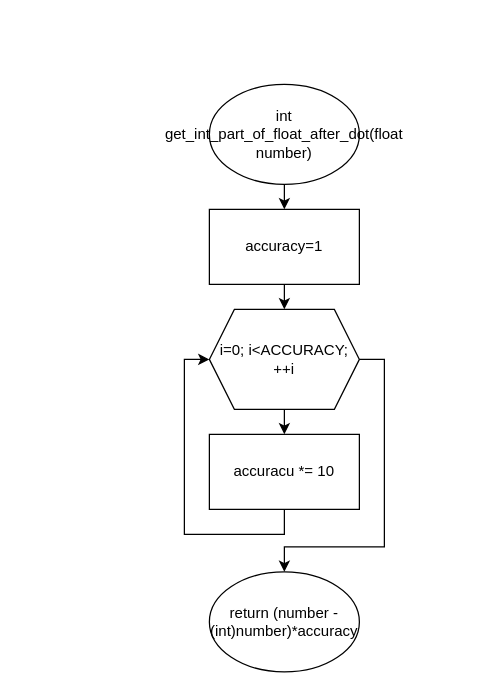
This is page "get_int_part_of_float_after_dot" (8 of 8) of Untitled Diagram.drawio from Alvald1/draw.io, a draw.io file, before an edit. Source tidied: cells renumbered, new cells numbered last; positions are measured from the earlier drawing's top-left corner, leaving out a move shared by most shapes. Both pictures are drawn from the tidied source at 125%, with x=0, y=0 at pixel (209, 84).
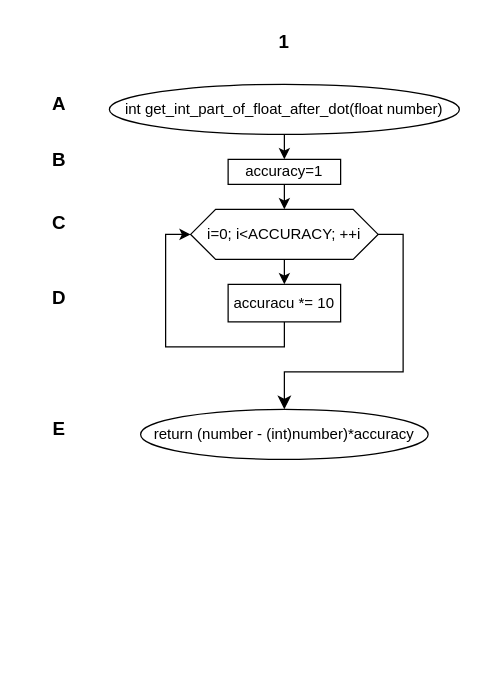
Above is the later version.

What changed in the source:
```diff
@@
 <mxGraphModel>
   <root>
     <mxCell id="0" />
     <mxCell id="1" parent="0" />
     <mxCell id="2" style="edgeStyle=orthogonalEdgeStyle;rounded=0;jettySize=auto;html=1;exitX=0.5;exitY=1;exitDx=0;exitDy=0;entryX=0.5;entryY=0;entryDx=0;entryDy=0;" parent="1" edge="1" source="3" target="5">
       <mxGeometry relative="1" as="geometry" />
     </mxCell>
     <mxCell id="3" value="int get_int_part_of_float_after_dot(float number)" style="ellipse;whiteSpace=wrap;html=1;" parent="1" vertex="1">
-      <mxGeometry width="120" height="80" as="geometry" />
+      <mxGeometry x="-80" width="280" height="40" as="geometry" />
     </mxCell>
     <mxCell id="4" style="edgeStyle=orthogonalEdgeStyle;rounded=0;jettySize=auto;html=1;exitX=0.5;exitY=1;exitDx=0;exitDy=0;entryX=0.5;entryY=0;entryDx=0;entryDy=0;" parent="1" edge="1" source="5" target="8">
       <mxGeometry relative="1" as="geometry" />
     </mxCell>
     <mxCell id="5" value="accuracy=1" style="rounded=0;whiteSpace=wrap;html=1;" parent="1" vertex="1">
-      <mxGeometry y="100" width="120" height="60" as="geometry" />
+      <mxGeometry x="15" y="60" width="90" height="20" as="geometry" />
     </mxCell>
     <mxCell id="6" style="edgeStyle=orthogonalEdgeStyle;rounded=0;jettySize=auto;html=1;exitX=0.5;exitY=1;exitDx=0;exitDy=0;entryX=0.5;entryY=0;entryDx=0;entryDy=0;" parent="1" edge="1" source="8" target="10">
       <mxGeometry relative="1" as="geometry" />
     </mxCell>
-    <mxCell id="7" style="edgeStyle=orthogonalEdgeStyle;rounded=0;jettySize=auto;html=1;exitX=1;exitY=0.5;exitDx=0;exitDy=0;entryX=0.5;entryY=0;entryDx=0;entryDy=0;" parent="1" edge="1" source="8" target="11">
+    <mxCell id="7" style="edgeStyle=orthogonalEdgeStyle;shape=connector;rounded=0;jettySize=auto;html=1;exitX=1;exitY=0.5;exitDx=0;exitDy=0;entryX=0.5;entryY=0;entryDx=0;entryDy=0;labelBackgroundColor=default;strokeColor=default;strokeWidth=1;align=center;verticalAlign=middle;fontFamily=Helvetica;fontSize=3;fontColor=default;endArrow=classic;startSize=8;endSize=8;" parent="1" edge="1" source="8" target="11">
       <mxGeometry relative="1" as="geometry">
         <Array as="points">
-          <mxPoint x="140" y="220" />
-          <mxPoint x="140" y="370" />
-          <mxPoint x="60" y="370" />
+          <mxPoint x="155" y="120" />
+          <mxPoint x="155" y="230" />
+          <mxPoint x="60" y="230" />
         </Array>
       </mxGeometry>
     </mxCell>
     <mxCell id="8" value="i=0; i&amp;lt;ACCURACY; ++i" style="shape=hexagon;perimeter=hexagonPerimeter2;whiteSpace=wrap;html=1;fixedSize=1;" parent="1" vertex="1">
-      <mxGeometry y="180" width="120" height="80" as="geometry" />
+      <mxGeometry x="-15" y="100" width="150" height="40" as="geometry" />
     </mxCell>
     <mxCell id="9" style="edgeStyle=orthogonalEdgeStyle;rounded=0;jettySize=auto;html=1;exitX=0.5;exitY=1;exitDx=0;exitDy=0;entryX=0;entryY=0.5;entryDx=0;entryDy=0;" parent="1" edge="1" source="10" target="8">
       <mxGeometry relative="1" as="geometry" />
     </mxCell>
     <mxCell id="10" value="accuracu *= 10" style="rounded=0;whiteSpace=wrap;html=1;" parent="1" vertex="1">
-      <mxGeometry y="280" width="120" height="60" as="geometry" />
+      <mxGeometry x="15" y="160" width="90" height="30" as="geometry" />
     </mxCell>
     <mxCell id="11" value="return (number - (int)number)*accuracy" style="ellipse;whiteSpace=wrap;html=1;" parent="1" vertex="1">
-      <mxGeometry y="390" width="120" height="80" as="geometry" />
+      <mxGeometry x="-55" y="260" width="230" height="40" as="geometry" />
     </mxCell>
+    <mxCell id="12" value="&lt;font style=&quot;font-size: 15px;&quot;&gt;&lt;b&gt;1&lt;/b&gt;&lt;/font&gt;" style="text;html=1;strokeColor=none;fillColor=none;align=center;verticalAlign=middle;whiteSpace=wrap;rounded=0;fontSize=3;fontFamily=Helvetica;fontColor=default;" parent="1" vertex="1">
+      <mxGeometry x="30" y="-50" width="60" height="30" as="geometry" />
+    </mxCell>
+    <mxCell id="13" value="&lt;font style=&quot;font-size: 15px;&quot;&gt;&lt;b&gt;D&lt;/b&gt;&lt;/font&gt;" style="text;html=1;strokeColor=none;fillColor=none;align=center;verticalAlign=middle;whiteSpace=wrap;rounded=0;fontSize=3;fontFamily=Helvetica;fontColor=default;" parent="1" vertex="1">
+      <mxGeometry x="-150" y="155" width="60" height="30" as="geometry" />
+    </mxCell>
+    <mxCell id="14" value="&lt;font style=&quot;font-size: 15px;&quot;&gt;&lt;b&gt;C&lt;/b&gt;&lt;/font&gt;" style="text;html=1;strokeColor=none;fillColor=none;align=center;verticalAlign=middle;whiteSpace=wrap;rounded=0;fontSize=3;fontFamily=Helvetica;fontColor=default;" parent="1" vertex="1">
+      <mxGeometry x="-150" y="95" width="60" height="30" as="geometry" />
+    </mxCell>
+    <mxCell id="15" value="&lt;font style=&quot;font-size: 15px;&quot;&gt;&lt;b&gt;B&lt;/b&gt;&lt;/font&gt;" style="text;html=1;strokeColor=none;fillColor=none;align=center;verticalAlign=middle;whiteSpace=wrap;rounded=0;fontSize=3;fontFamily=Helvetica;fontColor=default;" parent="1" vertex="1">
+      <mxGeometry x="-150" y="45" width="60" height="30" as="geometry" />
+    </mxCell>
+    <mxCell id="16" value="&lt;font style=&quot;font-size: 15px;&quot;&gt;&lt;b&gt;A&lt;/b&gt;&lt;/font&gt;" style="text;html=1;strokeColor=none;fillColor=none;align=center;verticalAlign=middle;whiteSpace=wrap;rounded=0;fontSize=3;fontFamily=Helvetica;fontColor=default;" parent="1" vertex="1">
+      <mxGeometry x="-150" width="60" height="30" as="geometry" />
+    </mxCell>
+    <mxCell id="17" value="&lt;font style=&quot;font-size: 15px;&quot;&gt;&lt;b&gt;E&lt;/b&gt;&lt;/font&gt;" style="text;html=1;strokeColor=none;fillColor=none;align=center;verticalAlign=middle;whiteSpace=wrap;rounded=0;fontSize=3;fontFamily=Helvetica;fontColor=default;" parent="1" vertex="1">
+      <mxGeometry x="-150" y="260" width="60" height="30" as="geometry" />
+    </mxCell>
   </root>
 </mxGraphModel>
```
